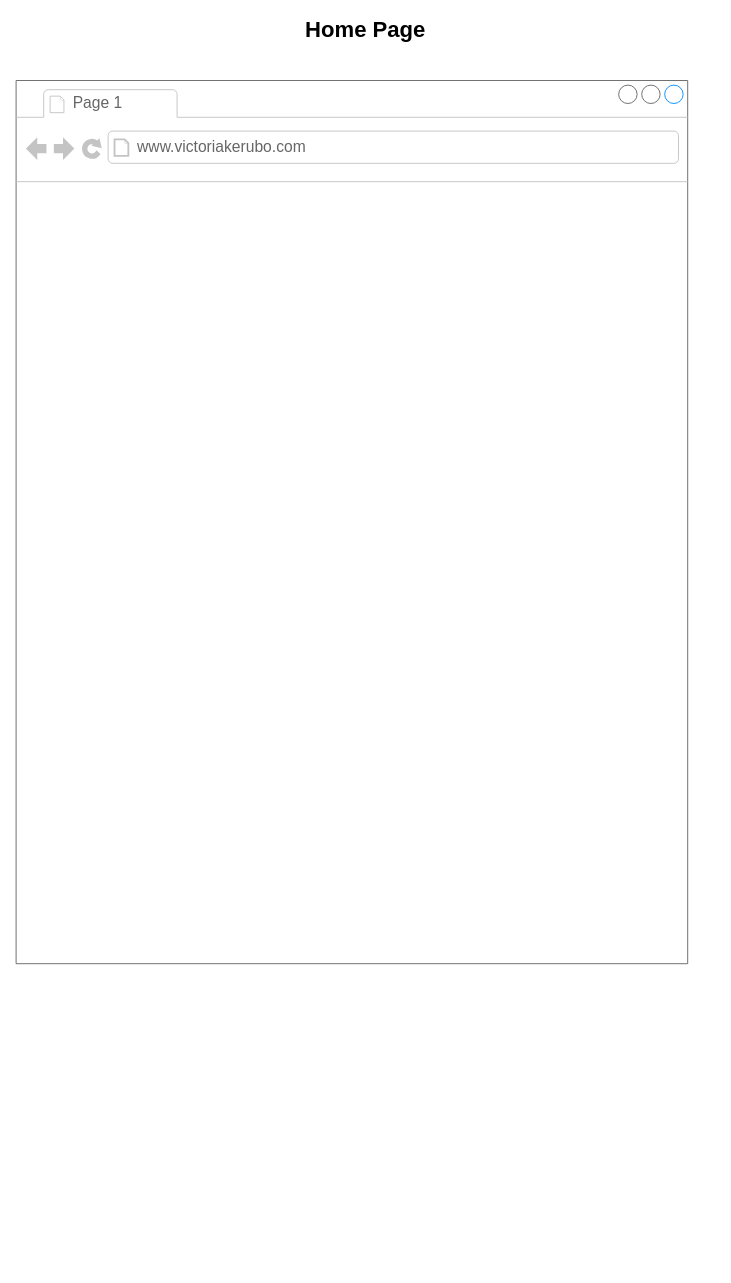
The draw.io diagram Assets/mywebframe.drawio in Victoriakerubo/alx_capstone_project, before the edit. Source tidied: cells renumbered, new cells numbered last; positions are measured from the earlier drawing's top-left corner, leaving out a move shared by most shapes. Both pictures are drawn from the tidied source at 92%, with x=0, y=0 at pixel (16, 16).
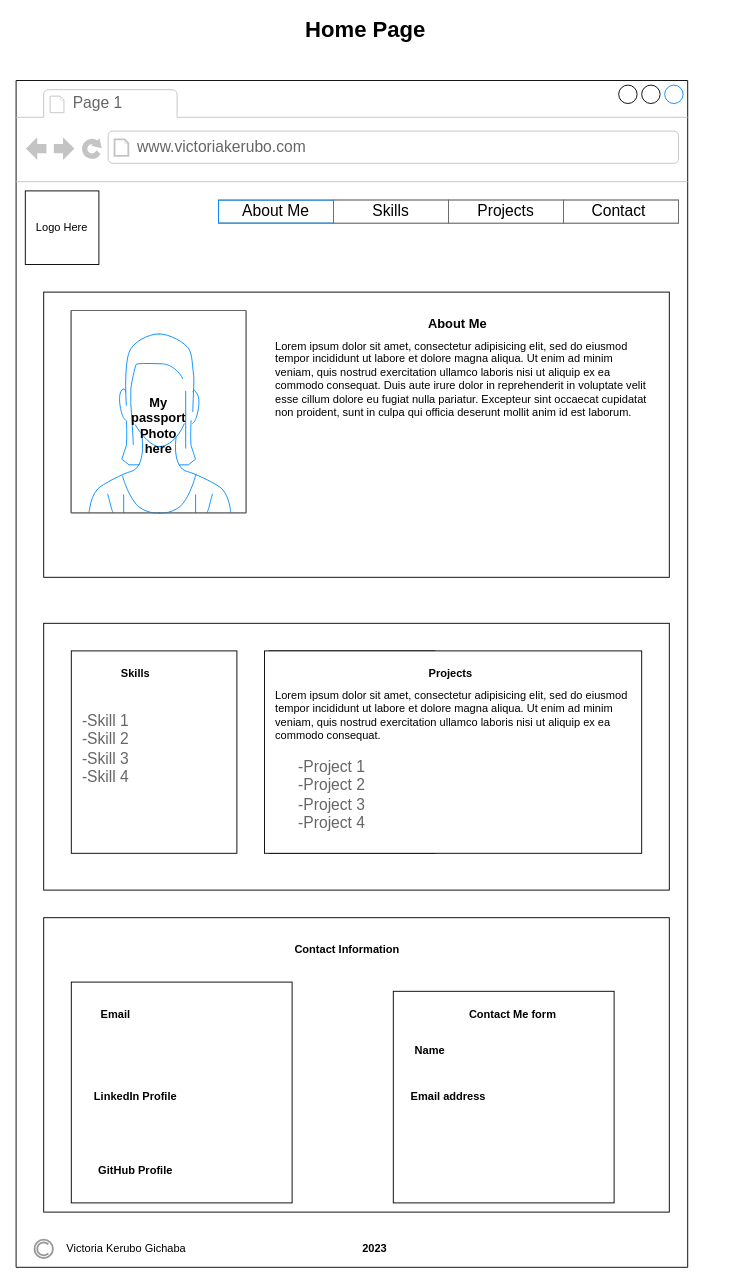
Above is the later version.

What changed in the source:
```diff
@@
-    <mxCell id="2" style="strokeWidth=1;shadow=0;dashed=0;align=center;html=1;shape=mxgraph.mockup.containers.browserWindow;rSize=0;strokeColor=#666666;strokeColor2=#008cff;strokeColor3=#c4c4c4;mainText=,;" parent="1" vertex="1">
-      <mxGeometry y="70" width="730" height="960" as="geometry" />
+    <mxCell id="2" style="strokeWidth=1;shadow=0;dashed=0;align=center;html=1;shape=mxgraph.mockup.containers.browserWindow;rSize=0;strokeColor=default;strokeColor2=#008cff;strokeColor3=#c4c4c4;mainText=,;" parent="1" vertex="1">
+      <mxGeometry y="70" width="730" height="1290" as="geometry" />
     </mxCell>
@@
+    <mxCell id="6" style="strokeWidth=1;shadow=0;dashed=0;align=center;html=1;shape=mxgraph.mockup.text.rrect;rSize=0;strokeColor=#666666;fontColor=#000000;labelBackgroundColor=none;labelBorderColor=#000000;" parent="2" vertex="1">
+      <mxGeometry x="220" y="130" width="500" height="25" as="geometry" />
+    </mxCell>
+    <mxCell id="7" value="&lt;font color=&quot;#000000&quot;&gt;Skills&lt;/font&gt;" style="strokeColor=inherit;fillColor=inherit;gradientColor=inherit;strokeWidth=1;shadow=0;dashed=0;align=center;html=1;shape=mxgraph.mockup.text.rrect;rSize=0;fontSize=17;fontColor=#0000ff;whiteSpace=wrap;" parent="6" vertex="1">
+      <mxGeometry x="125" width="125" height="25" as="geometry" />
+    </mxCell>
+    <mxCell id="8" value="&lt;font color=&quot;#000000&quot;&gt;Projects&lt;/font&gt;" style="strokeColor=inherit;fillColor=inherit;gradientColor=inherit;strokeWidth=1;shadow=0;dashed=0;align=center;html=1;shape=mxgraph.mockup.text.rrect;rSize=0;fontSize=17;fontColor=#0000ff;whiteSpace=wrap;" parent="6" vertex="1">
+      <mxGeometry x="250" width="125" height="25" as="geometry" />
+    </mxCell>
+    <mxCell id="9" value="&lt;font color=&quot;#000000&quot;&gt;Contact&amp;nbsp;&lt;/font&gt;" style="strokeColor=inherit;fillColor=inherit;gradientColor=inherit;strokeWidth=1;shadow=0;dashed=0;align=center;html=1;shape=mxgraph.mockup.text.rrect;rSize=0;fontSize=17;fontColor=#0000ff;whiteSpace=wrap;" parent="6" vertex="1">
+      <mxGeometry x="375" width="125" height="25" as="geometry" />
+    </mxCell>
+    <mxCell id="10" value="&lt;font color=&quot;#000000&quot;&gt;About Me&lt;/font&gt;" style="strokeWidth=1;shadow=0;dashed=0;align=center;shape=mxgraph.mockup.text.rrect;rSize=0;fontSize=17;fontColor=#ffffff;fillColor=none;strokeColor=#008cff;html=1;whiteSpace=wrap;labelBackgroundColor=none;" parent="6" vertex="1">
+      <mxGeometry width="125" height="25" as="geometry" />
+    </mxCell>
+    <mxCell id="11" style="whiteSpace=wrap;html=1;" parent="2" vertex="1">
+      <mxGeometry x="10" y="120" width="80" height="80" as="geometry" />
+    </mxCell>
+    <mxCell id="12" value="Logo Here" style="text;html=1;strokeColor=none;fillColor=none;align=center;verticalAlign=middle;whiteSpace=wrap;rounded=0;" parent="2" vertex="1">
+      <mxGeometry x="20" y="145" width="60" height="30" as="geometry" />
+    </mxCell>
+    <mxCell id="13" style="strokeColor=#999999;verticalLabelPosition=bottom;shadow=0;dashed=0;verticalAlign=top;strokeWidth=2;html=1;shape=mxgraph.mockup.misc.copyrightIcon;textOpacity=50;" parent="2" vertex="1">
+      <mxGeometry x="20" y="1260" width="20" height="20" as="geometry" />
+    </mxCell>
+    <mxCell id="14" value="Victoria Kerubo Gichaba" style="text;html=1;strokeColor=none;fillColor=none;align=center;verticalAlign=middle;whiteSpace=wrap;rounded=0;" parent="2" vertex="1">
+      <mxGeometry y="1255" width="240" height="30" as="geometry" />
+    </mxCell>
+    <mxCell id="15" value="&lt;b&gt;2023&lt;/b&gt;" style="text;html=1;strokeColor=none;fillColor=none;align=center;verticalAlign=middle;whiteSpace=wrap;rounded=0;" parent="2" vertex="1">
+      <mxGeometry x="360" y="1255" width="60" height="30" as="geometry" />
+    </mxCell>
@@
+    <mxCell id="16" style="rounded=0;whiteSpace=wrap;html=1;labelBackgroundColor=#000000;" parent="1" vertex="1">
+      <mxGeometry x="30" y="300" width="680" height="310" as="geometry" />
+    </mxCell>
+    <mxCell id="17" style="verticalLabelPosition=bottom;shadow=0;dashed=0;align=center;html=1;verticalAlign=top;strokeWidth=1;shape=mxgraph.mockup.containers.userFemale;strokeColor=#666666;strokeColor2=#008cff;" parent="1" vertex="1">
+      <mxGeometry x="60" y="320" width="190" height="220" as="geometry" />
+    </mxCell>
+    <mxCell id="18" value="&lt;b&gt;&lt;font style=&quot;font-size: 14px;&quot;&gt;My passport Photo here&lt;/font&gt;&lt;/b&gt;" style="text;html=1;strokeColor=none;fillColor=none;align=center;verticalAlign=middle;whiteSpace=wrap;rounded=0;" parent="1" vertex="1">
+      <mxGeometry x="125" y="430" width="60" height="30" as="geometry" />
+    </mxCell>
+    <mxCell id="19" value="&lt;font style=&quot;font-size: 14px;&quot;&gt;&lt;b&gt;About Me&lt;/b&gt;&lt;/font&gt;" style="text;html=1;strokeColor=none;fillColor=none;align=center;verticalAlign=middle;whiteSpace=wrap;rounded=0;" parent="1" vertex="1">
+      <mxGeometry x="440" y="320" width="80" height="30" as="geometry" />
+    </mxCell>
+    <mxCell id="20" value="Lorem ipsum dolor sit amet, consectetur adipisicing elit, sed do eiusmod tempor incididunt ut labore et dolore magna aliqua. Ut enim ad minim veniam, quis nostrud exercitation ullamco laboris nisi ut aliquip ex ea commodo consequat. Duis aute irure dolor in reprehenderit in voluptate velit esse cillum dolore eu fugiat nulla pariatur. Excepteur sint occaecat cupidatat non proident, sunt in culpa qui officia deserunt mollit anim id est laborum.&lt;br&gt;" style="text;spacingTop=-5;whiteSpace=wrap;html=1;align=left;fontSize=12;fontFamily=Helvetica;fillColor=none;strokeColor=none;" parent="1" vertex="1">
+      <mxGeometry x="280" y="350" width="410" height="110" as="geometry" />
+    </mxCell>
+    <mxCell id="21" style="rounded=0;whiteSpace=wrap;html=1;" parent="1" vertex="1">
+      <mxGeometry x="30" y="660" width="680" height="290" as="geometry" />
+    </mxCell>
+    <mxCell id="22" style="rounded=0;whiteSpace=wrap;html=1;" parent="1" vertex="1">
+      <mxGeometry x="60" y="690" width="180" height="220" as="geometry" />
+    </mxCell>
+    <mxCell id="23" style="rounded=0;whiteSpace=wrap;html=1;" parent="1" vertex="1">
+      <mxGeometry x="275" y="690" width="180" height="220" as="geometry" />
+    </mxCell>
+    <mxCell id="24" style="rounded=0;whiteSpace=wrap;html=1;" parent="1" vertex="1">
+      <mxGeometry x="270" y="690" width="410" height="220" as="geometry" />
+    </mxCell>
+    <mxCell id="25" value="&lt;b&gt;Skills&lt;/b&gt;" style="text;html=1;strokeColor=none;fillColor=none;align=center;verticalAlign=middle;whiteSpace=wrap;rounded=0;" parent="1" vertex="1">
+      <mxGeometry x="100" y="700" width="60" height="30" as="geometry" />
+    </mxCell>
+    <mxCell id="26" value="&lt;b&gt;Projects&lt;/b&gt;" style="text;html=1;strokeColor=none;fillColor=none;align=center;verticalAlign=middle;whiteSpace=wrap;rounded=0;" parent="1" vertex="1">
+      <mxGeometry x="335" y="700" width="275" height="30" as="geometry" />
+    </mxCell>
+    <mxCell id="27" value="-Skill 1&lt;br&gt;-Skill 2&lt;br&gt;-Skill 3&lt;br&gt;-Skill 4" style="strokeWidth=1;shadow=0;dashed=0;align=center;html=1;shape=mxgraph.mockup.text.bulletedList;textColor=#666666;mainText=,,,,;textSize=17;bulletStyle=none;strokeColor=none;fillColor=none;align=left;verticalAlign=top;fontSize=17;fontColor=#666666;" parent="1" vertex="1">
+      <mxGeometry x="70" y="750" width="150" height="135" as="geometry" />
+    </mxCell>
+    <mxCell id="28" value="Lorem ipsum dolor sit amet, consectetur adipisicing elit, sed do eiusmod tempor incididunt ut labore et dolore magna aliqua. Ut enim ad minim veniam, quis nostrud exercitation ullamco laboris nisi ut aliquip ex ea commodo consequat. &amp;nbsp;" style="text;spacingTop=-5;whiteSpace=wrap;html=1;align=left;fontSize=12;fontFamily=Helvetica;fillColor=none;strokeColor=none;" parent="1" vertex="1">
+      <mxGeometry x="280" y="730" width="390" height="150" as="geometry" />
+    </mxCell>
+    <mxCell id="29" value="-Project 1&lt;br&gt;-Project 2&lt;br&gt;-Project 3&lt;br&gt;-Project 4" style="strokeWidth=1;shadow=0;dashed=0;align=center;html=1;shape=mxgraph.mockup.text.bulletedList;textColor=#666666;mainText=,,,,;textSize=17;bulletStyle=none;strokeColor=none;fillColor=none;align=left;verticalAlign=top;fontSize=17;fontColor=#666666;" parent="1" vertex="1">
+      <mxGeometry x="305" y="800" width="335" height="100" as="geometry" />
+    </mxCell>
+    <mxCell id="30" style="rounded=0;whiteSpace=wrap;html=1;" parent="1" vertex="1">
+      <mxGeometry x="30" y="980" width="680" height="320" as="geometry" />
+    </mxCell>
+    <mxCell id="31" style="rounded=0;whiteSpace=wrap;html=1;" parent="1" vertex="1">
+      <mxGeometry x="60" y="1050" width="240" height="240" as="geometry" />
+    </mxCell>
+    <mxCell id="32" value="&lt;b&gt;Contact Information&lt;/b&gt;" style="text;html=1;strokeColor=none;fillColor=none;align=center;verticalAlign=middle;whiteSpace=wrap;rounded=0;" parent="1" vertex="1">
+      <mxGeometry x="80" y="1000" width="560" height="30" as="geometry" />
+    </mxCell>
+    <mxCell id="33" style="rounded=0;whiteSpace=wrap;html=1;" parent="1" vertex="1">
+      <mxGeometry x="410" y="1060" width="240" height="230" as="geometry" />
+    </mxCell>
+    <mxCell id="34" value="&lt;b&gt;Email&amp;nbsp;&lt;/b&gt;" style="text;html=1;strokeColor=none;fillColor=none;align=center;verticalAlign=middle;whiteSpace=wrap;rounded=0;" parent="1" vertex="1">
+      <mxGeometry x="80" y="1070" width="60" height="30" as="geometry" />
+    </mxCell>
+    <mxCell id="35" value="&lt;b&gt;LinkedIn Profile&lt;/b&gt;" style="text;html=1;strokeColor=none;fillColor=none;align=center;verticalAlign=middle;whiteSpace=wrap;rounded=0;" parent="1" vertex="1">
+      <mxGeometry x="80" y="1160" width="100" height="30" as="geometry" />
+    </mxCell>
+    <mxCell id="36" value="&lt;b&gt;GitHub Profile&lt;/b&gt;" style="text;html=1;strokeColor=none;fillColor=none;align=center;verticalAlign=middle;whiteSpace=wrap;rounded=0;" parent="1" vertex="1">
+      <mxGeometry x="70" y="1240" width="120" height="30" as="geometry" />
+    </mxCell>
+    <mxCell id="37" value="&lt;b&gt;Contact Me form&lt;/b&gt;" style="text;html=1;strokeColor=none;fillColor=none;align=center;verticalAlign=middle;whiteSpace=wrap;rounded=0;" parent="1" vertex="1">
+      <mxGeometry x="480" y="1070" width="120" height="30" as="geometry" />
+    </mxCell>
+    <mxCell id="38" value="&lt;b&gt;Name&lt;/b&gt;" style="text;html=1;strokeColor=none;fillColor=none;align=center;verticalAlign=middle;whiteSpace=wrap;rounded=0;" parent="1" vertex="1">
+      <mxGeometry x="420" y="1110" width="60" height="30" as="geometry" />
+    </mxCell>
+    <mxCell id="39" value="&lt;b&gt;Email address&lt;/b&gt;" style="text;html=1;strokeColor=none;fillColor=none;align=center;verticalAlign=middle;whiteSpace=wrap;rounded=0;" parent="1" vertex="1">
+      <mxGeometry x="420" y="1160" width="100" height="30" as="geometry" />
+    </mxCell>
```
